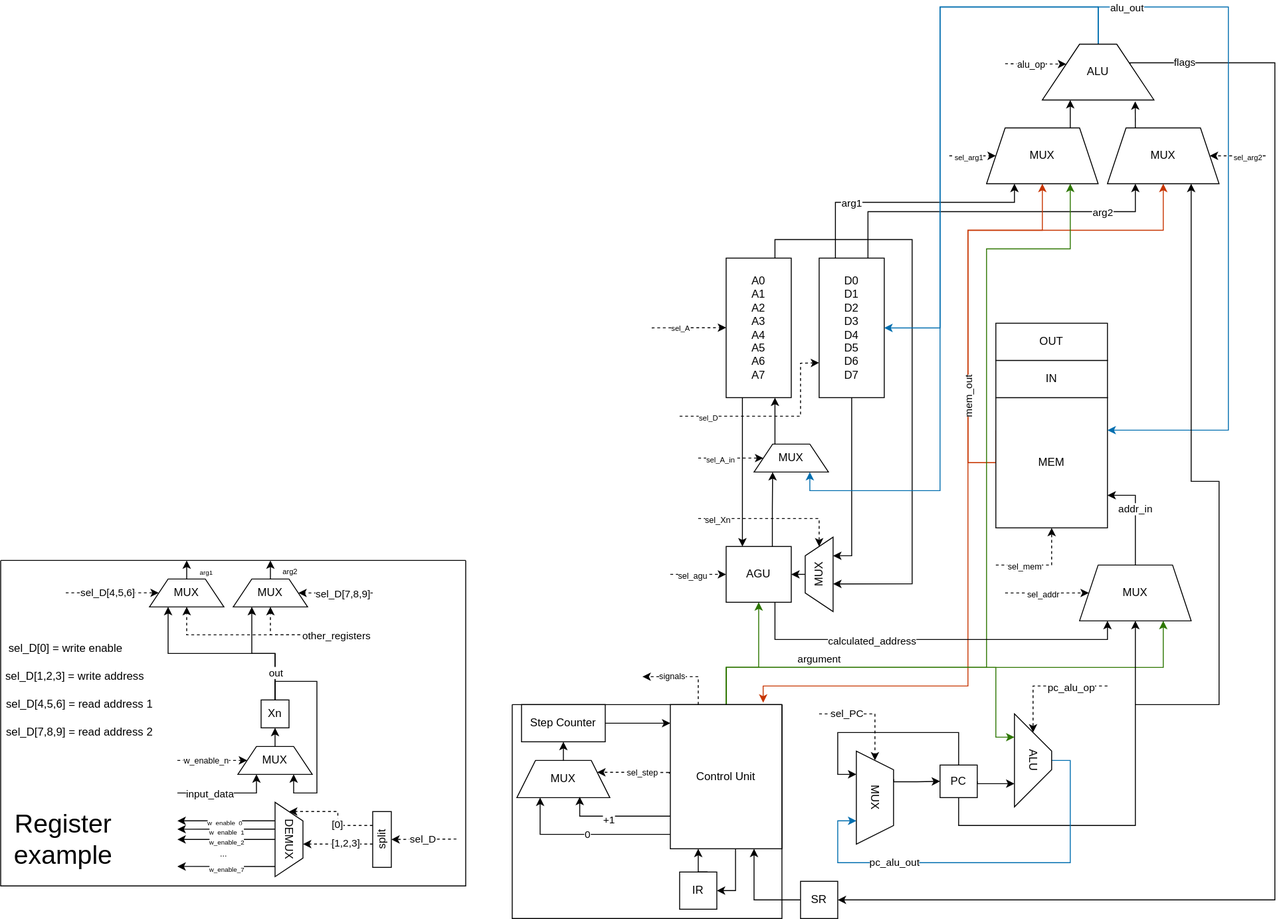
This is m68k_v2.drawio.svg from Anderaf/m68kScheme, a draw.io export, as it was before one commit. Source tidied: cells renumbered, new cells last; positions are measured from the earlier drawing's top-left corner, leaving out a move shared by most shapes.
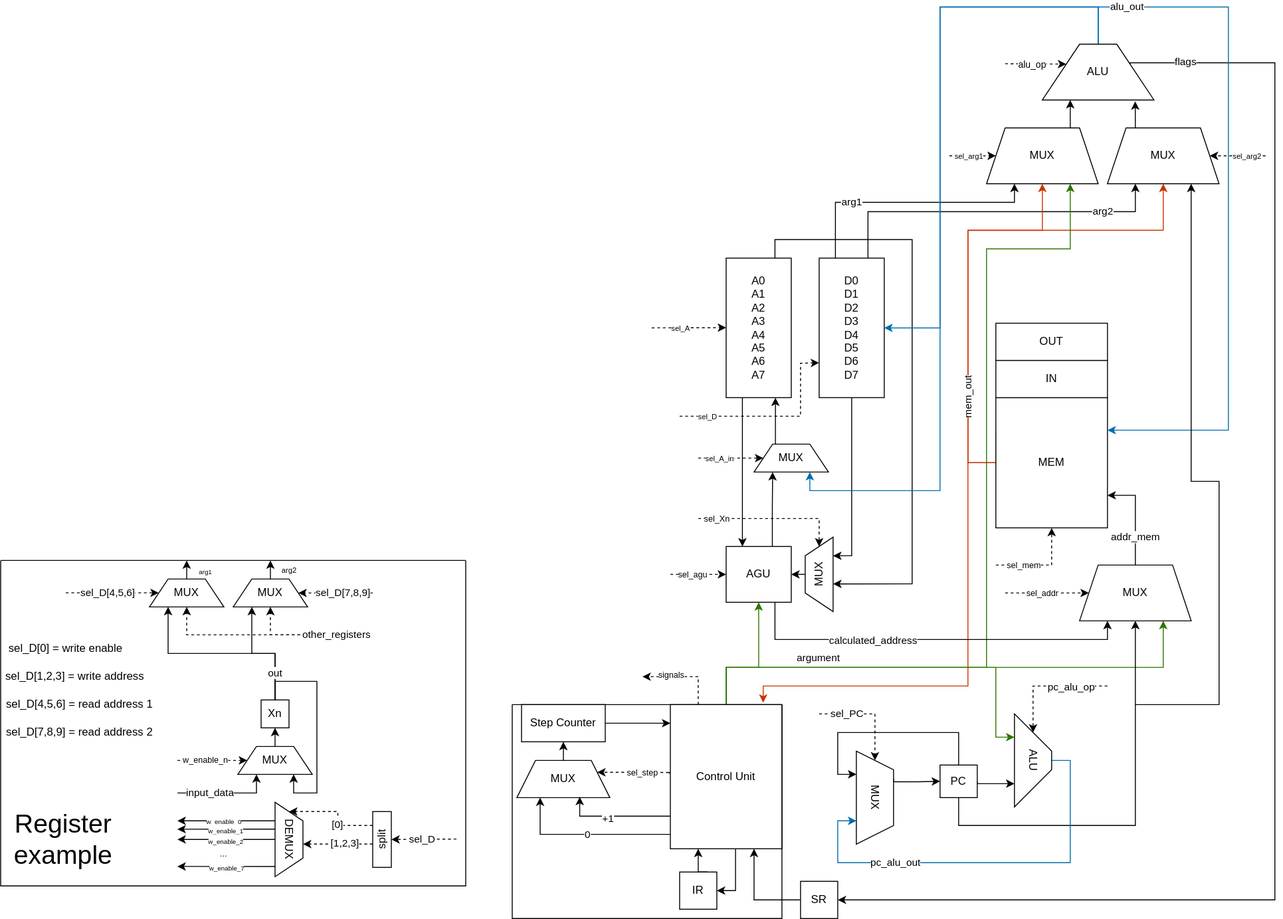
Above is the later version.

Diff of the diagram source:
```diff
@@ -205,8 +205,8 @@
     <mxCell id="32" value="MUX" style="shape=trapezoid;perimeter=trapezoidPerimeter;whiteSpace=wrap;html=1;fixedSize=1;rotation=90;" parent="1" vertex="1">
       <mxGeometry x="890" y="830" width="100" height="40" as="geometry" />
     </mxCell>
-    <mxCell id="33" value="addr_in" style="edgeStyle=orthogonalEdgeStyle;rounded=0;jettySize=auto;html=1;exitX=0.5;exitY=0;exitDx=0;exitDy=0;entryX=1;entryY=0.75;entryDx=0;entryDy=0;jumpStyle=none;" parent="1" edge="1" source="34" target="12">
-      <mxGeometry x="0.15" relative="1" as="geometry" />
+    <mxCell id="33" value="addr_mem" style="edgeStyle=orthogonalEdgeStyle;rounded=0;jettySize=auto;html=1;exitX=0.5;exitY=0;exitDx=0;exitDy=0;entryX=1;entryY=0.75;entryDx=0;entryDy=0;jumpStyle=none;" parent="1" edge="1" source="34" target="12">
+      <mxGeometry x="-0.43" relative="1" as="geometry" />
     </mxCell>
     <mxCell id="34" value="MUX" style="shape=trapezoid;perimeter=trapezoidPerimeter;whiteSpace=wrap;html=1;fixedSize=1;rotation=0;" parent="1" vertex="1">
       <mxGeometry x="1160" y="600" width="120" height="60" as="geometry" />
```
